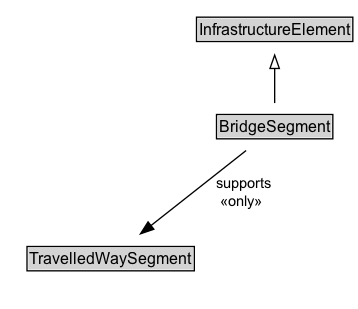
This is docs/diagrams/BridgeSegment.dot.png from ISO-TC204/ontology-cdm-p2-v1, a Graphviz export, as it was before one commit. Its source is kept beside it as docs/diagrams/BridgeSegment.dot.
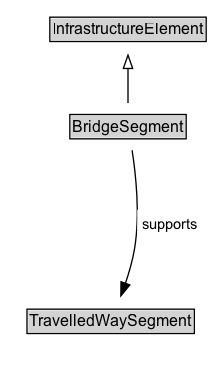
Above is the later version.

Change to the diagram source:
```diff
@@ -3,18 +3,21 @@
 	node [fontname=Arial fontsize=12 margin=0 shape=none]
 	edge [fontname=Arial fontsize=11]
 	{
+		rank=source
+		InfrastructureElement [label=<<TABLE BORDER="1" CELLBORDER="0" CELLSPACING="0" CELLPADDING="1"><TR><TD BGCOLOR="lightgray" ALIGN="CENTER">InfrastructureElement</TD></TR></TABLE>> URL="../InfrastructureElement" margin=0]
+	}
+	BridgeSegment [label=<<TABLE BORDER="1" CELLBORDER="0" CELLSPACING="0" CELLPADDING="1"><TR><TD BGCOLOR="lightgray" ALIGN="CENTER">BridgeSegment</TD></TR></TABLE>> URL="../BridgeSegment" margin=0]
+	{
 		rank=max
-		BridgeSegment [label=<<TABLE BORDER="1" CELLBORDER="0" CELLSPACING="0" CELLPADDING="1"><TR><TD BGCOLOR="lightgray" ALIGN="CENTER" PORT="e">BridgeSegment</TD></TR></TABLE>> URL="../BridgeSegment.md" margin=0]
 	}
 	subgraph cluster_associated {
 		label="" style=invis
 		Invis [label=<<TABLE BORDER="0" CELLBORDER="0" CELLSPACING="0" CELLPADDING="1"><TR><TD></TD></TR></TABLE>> margin=0 style=invis]
-		TravelledWaySegment [label=<<TABLE BORDER="1" CELLBORDER="0" CELLSPACING="0" CELLPADDING="1"><TR><TD BGCOLOR="lightgray" ALIGN="CENTER">TravelledWaySegment</TD></TR></TABLE>> URL="../TravelledWaySegment.md" margin=0]
+		TravelledWaySegment [label=<<TABLE BORDER="1" CELLBORDER="0" CELLSPACING="0" CELLPADDING="1"><TR><TD BGCOLOR="lightgray" ALIGN="CENTER">TravelledWaySegment</TD></TR></TABLE>> URL="../TravelledWaySegment" margin=0]
 	}
-	InfrastructureElement [label=<<TABLE BORDER="1" CELLBORDER="0" CELLSPACING="0" CELLPADDING="1"><TR><TD BGCOLOR="lightgray" ALIGN="CENTER">InfrastructureElement</TD></TR></TABLE>> URL="../InfrastructureElement.md" margin=0]
 	BridgeSegment -> InfrastructureElement [arrowhead=onormal style=solid]
 	BridgeSegment -> Invis [style=invis]
 	Invis -> TravelledWaySegment [style=invis]
-	BridgeSegment -> TravelledWaySegment [label=" supports
- «only»  " arrowhead=normal style=solid]
+	TravelledWaySegment [label=<<TABLE BORDER="1" CELLBORDER="0" CELLSPACING="0" CELLPADDING="1"><TR><TD BGCOLOR="lightgray" ALIGN="CENTER">TravelledWaySegment</TD></TR></TABLE>> URL="../TravelledWaySegment" margin=0]
+	BridgeSegment -> TravelledWaySegment [label=<<TABLE BORDER="0" CELLBORDER="0" CELLSPACING="0" CELLPADDING="4" BGCOLOR="white"><TR><TD ALIGN="CENTER">supports</TD></TR></TABLE>> arrowhead=normal style=solid]
 }
```
